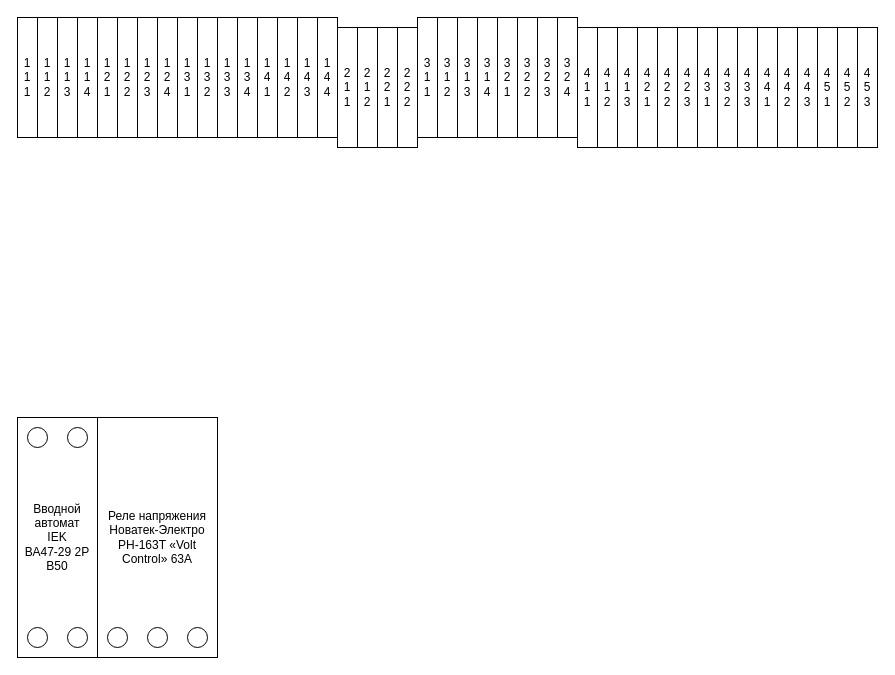
The draw.io diagram SwitchBox.drawio in shadrinov/draws, before the edit. Source tidied: cells renumbered, new cells numbered last; positions are measured from the earlier drawing's top-left corner, leaving out a move shared by most shapes. Both pictures are drawn from the tidied source at 100%, with x=0, y=0 at pixel (17, 17).
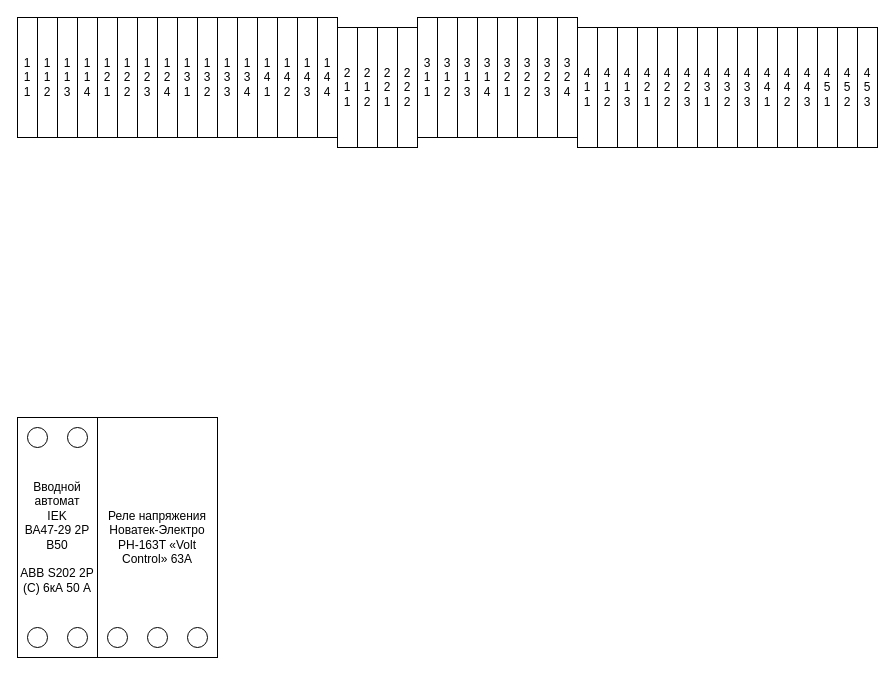
Above is the later version.

Change to the diagram source:
```diff
@@
-    <mxCell id="2" value="Вводной автомат&lt;br&gt;IEK&lt;br&gt;ВА47-29 2Р&lt;br&gt;B50" style="rounded=0;whiteSpace=wrap;html=1;" parent="1" vertex="1">
+    <mxCell id="2" value="Вводной автомат&lt;br&gt;IEK&lt;br&gt;ВА47-29 2Р&lt;br&gt;B50&lt;br&gt;&lt;br&gt;ABB S202 2P (C) 6кА 50 А" style="rounded=0;whiteSpace=wrap;html=1;" parent="1" vertex="1">
       <mxGeometry y="400" width="80" height="240" as="geometry" />
     </mxCell>
```
